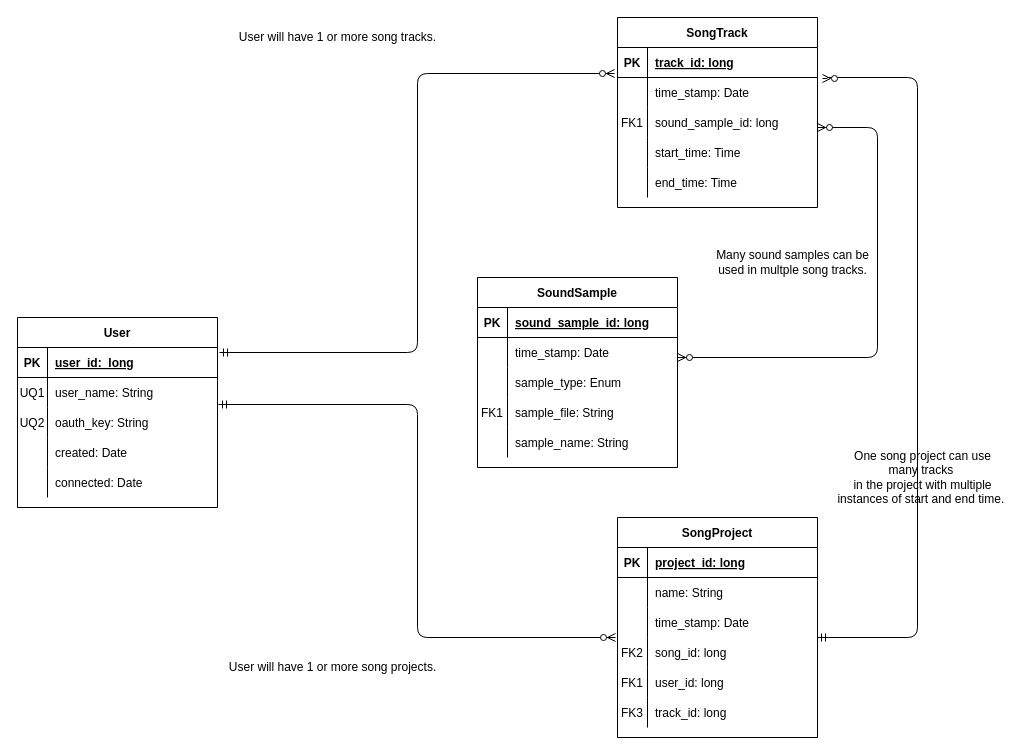
Earlier version of the draw.io diagram docs/work/erd.drawio (sound-doodle/sound-doodle.github.io). Source tidied: cells renumbered, new cells numbered last; positions are measured from the earlier drawing's top-left corner, leaving out a move shared by most shapes. Both pictures are drawn from the tidied source at 100%, with x=0, y=0 at pixel (17, 17).
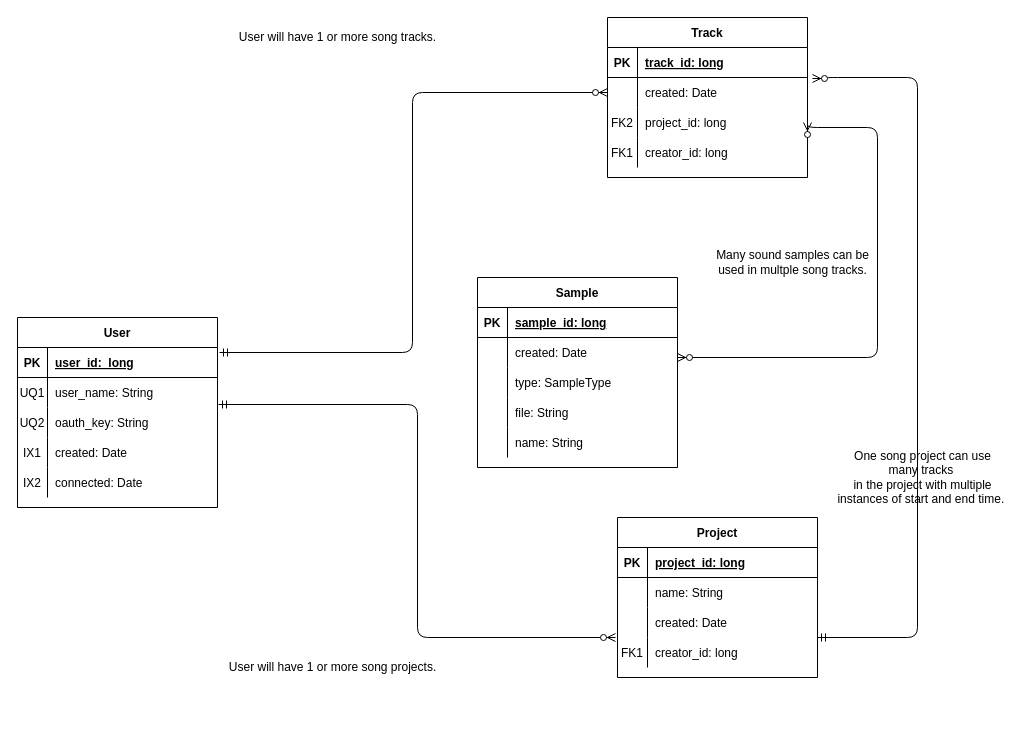
The same page after the edit.

The change refers to these unchanged cells:
```xml
<mxCell id="3" style="shape=partialRectangle;fillColor=none;top=0;left=0;right=0;bottom=1;" parent="2" vertex="1">
  <mxGeometry y="30" width="200" height="30" as="geometry" />
</mxCell>
<mxCell id="6" style="shape=partialRectangle;fillColor=none;top=0;left=0;right=0;bottom=0;" parent="2" vertex="1">
  <mxGeometry y="60" width="200" height="30" as="geometry" />
</mxCell>
<mxCell id="9" style="shape=partialRectangle;fillColor=none;top=0;left=0;right=0;bottom=0;" parent="2" vertex="1">
  <mxGeometry y="90" width="200" height="30" as="geometry" />
</mxCell>
<mxCell id="12" style="shape=partialRectangle;fillColor=none;top=0;left=0;right=0;bottom=0;" parent="2" vertex="1">
  <mxGeometry y="120" width="200" height="30" as="geometry" />
</mxCell>
<mxCell id="15" style="shape=partialRectangle;fillColor=none;top=0;left=0;right=0;bottom=0;" parent="2" vertex="1">
  <mxGeometry y="150" width="200" height="30" as="geometry" />
</mxCell>
<mxCell id="22" style="shape=partialRectangle;fillColor=none;points=[[0,0.5],[1,0.5]];portConstraint=eastwest;top=0;left=0;right=0;bottom=0;" parent="18" vertex="1">
  <mxGeometry y="60" width="200" height="30" as="geometry" />
</mxCell>
<mxCell id="25" style="shape=partialRectangle;fillColor=none;points=[[0,0.5],[1,0.5]];portConstraint=eastwest;top=0;left=0;right=0;bottom=0;" parent="18" vertex="1">
  <mxGeometry y="90" width="200" height="30" as="geometry" />
</mxCell>
<mxCell id="35" style="shape=partialRectangle;fillColor=none;points=[[0,0.5],[1,0.5]];portConstraint=eastwest;top=0;left=0;right=0;bottom=1;" parent="34" vertex="1">
  <mxGeometry y="30" width="200" height="30" as="geometry" />
</mxCell>
<mxCell id="41" style="shape=partialRectangle;fillColor=none;points=[[0,0.5],[1,0.5]];portConstraint=eastwest;top=0;left=0;right=0;bottom=0;" parent="34" vertex="1">
  <mxGeometry y="90" width="200" height="30" as="geometry" />
</mxCell>
<mxCell id="44" style="shape=partialRectangle;fillColor=none;top=0;left=0;right=0;bottom=0;" parent="34" vertex="1">
  <mxGeometry y="120" width="200" height="30" as="geometry" />
</mxCell>
<mxCell id="47" style="shape=partialRectangle;fillColor=none;top=0;left=0;right=0;bottom=0;" parent="34" vertex="1">
  <mxGeometry y="150" width="200" height="30" as="geometry" />
</mxCell>
<mxCell id="57" style="shape=partialRectangle;fillColor=none;top=0;left=0;bottom=0;right=0;points=[[0,0.5],[1,0.5]];portConstraint=eastwest;" parent="50" vertex="1">
  <mxGeometry y="90" width="200" height="30" as="geometry" />
</mxCell>
```

Change to the diagram source:
```diff
@@
-    <mxCell id="2" value="SoundSample" style="shape=table;startSize=30;childLayout=tableLayout;rowLines=0;fontStyle=1;align=center;" parent="1" vertex="1">
+    <mxCell id="2" value="Sample" style="shape=table;startSize=30;childLayout=tableLayout;rowLines=0;fontStyle=1;align=center;" parent="1" vertex="1">
       <mxGeometry x="460" y="260" width="200" height="190" as="geometry" />
     </mxCell>
@@
-    <mxCell id="5" value="sound_sample_id: long" style="shape=partialRectangle;overflow=hidden;fillColor=none;top=0;left=0;bottom=0;right=0;align=left;spacingLeft=6;fontStyle=5;" parent="3" vertex="1">
+    <mxCell id="5" value="sample_id: long" style="shape=partialRectangle;overflow=hidden;fillColor=none;top=0;left=0;bottom=0;right=0;align=left;spacingLeft=6;fontStyle=5;" parent="3" vertex="1">
       <mxGeometry x="30" width="170" height="30" as="geometry" />
     </mxCell>
@@
-    <mxCell id="8" value="time_stamp: Date" style="shape=partialRectangle;overflow=hidden;fillColor=none;top=0;left=0;bottom=0;right=0;align=left;spacingLeft=6;" parent="6" vertex="1">
+    <mxCell id="8" value="created: Date" style="shape=partialRectangle;overflow=hidden;fillColor=none;top=0;left=0;bottom=0;right=0;align=left;spacingLeft=6;" parent="6" vertex="1">
       <mxGeometry x="30" width="170" height="30" as="geometry" />
     </mxCell>
@@
-    <mxCell id="11" value="sample_type: Enum" style="shape=partialRectangle;overflow=hidden;fillColor=none;top=0;left=0;bottom=0;right=0;align=left;spacingLeft=6;" parent="9" vertex="1">
+    <mxCell id="11" value="type: SampleType" style="shape=partialRectangle;overflow=hidden;fillColor=none;top=0;left=0;bottom=0;right=0;align=left;spacingLeft=6;" parent="9" vertex="1">
       <mxGeometry x="30" width="170" height="30" as="geometry" />
     </mxCell>
@@
-    <mxCell id="13" value="FK1" style="shape=partialRectangle;overflow=hidden;fillColor=none;top=0;left=0;bottom=0;right=0;" parent="12" vertex="1">
+    <mxCell id="13" style="shape=partialRectangle;overflow=hidden;fillColor=none;top=0;left=0;bottom=0;right=0;" parent="12" vertex="1">
       <mxGeometry width="30" height="30" as="geometry" />
     </mxCell>
-    <mxCell id="14" value="sample_file: String" style="shape=partialRectangle;overflow=hidden;fillColor=none;top=0;left=0;bottom=0;right=0;align=left;spacingLeft=6;" parent="12" vertex="1">
+    <mxCell id="14" value="file: String" style="shape=partialRectangle;overflow=hidden;fillColor=none;top=0;left=0;bottom=0;right=0;align=left;spacingLeft=6;" parent="12" vertex="1">
       <mxGeometry x="30" width="170" height="30" as="geometry" />
     </mxCell>
@@
-    <mxCell id="17" value="sample_name: String" style="shape=partialRectangle;overflow=hidden;fillColor=none;top=0;left=0;bottom=0;right=0;align=left;spacingLeft=6;" parent="15" vertex="1">
+    <mxCell id="17" value="name: String" style="shape=partialRectangle;overflow=hidden;fillColor=none;top=0;left=0;bottom=0;right=0;align=left;spacingLeft=6;" parent="15" vertex="1">
       <mxGeometry x="30" width="170" height="30" as="geometry" />
     </mxCell>
-    <mxCell id="18" value="SongTrack" style="shape=table;startSize=30;childLayout=tableLayout;rowLines=0;fontStyle=1;align=center;" parent="1" vertex="1">
-      <mxGeometry x="600" width="200" height="190" as="geometry" />
+    <mxCell id="18" value="Track" style="shape=table;startSize=30;childLayout=tableLayout;rowLines=0;fontStyle=1;align=center;" parent="1" vertex="1">
+      <mxGeometry x="590" width="200" height="160" as="geometry" />
     </mxCell>
@@
-    <mxCell id="24" value="time_stamp: Date" style="shape=partialRectangle;overflow=hidden;fillColor=none;top=0;left=0;bottom=0;right=0;align=left;spacingLeft=6;" parent="22" vertex="1">
+    <mxCell id="24" value="created: Date" style="shape=partialRectangle;overflow=hidden;fillColor=none;top=0;left=0;bottom=0;right=0;align=left;spacingLeft=6;" parent="22" vertex="1">
       <mxGeometry x="30" width="170" height="30" as="geometry" />
     </mxCell>
@@
+    <mxCell id="61" value="FK2" style="shape=partialRectangle;overflow=hidden;fillColor=none;top=0;left=0;bottom=0;right=0;" parent="25" vertex="1">
+      <mxGeometry width="30" height="30" as="geometry" />
+    </mxCell>
+    <mxCell id="77" value="project_id: long" style="shape=partialRectangle;overflow=hidden;fillColor=none;top=0;left=0;bottom=0;right=0;align=left;spacingLeft=6;" parent="25" vertex="1">
+      <mxGeometry x="30" width="170" height="30" as="geometry" />
+    </mxCell>
+    <mxCell id="28" style="shape=partialRectangle;fillColor=none;top=0;left=0;right=0;bottom=0;" parent="18" vertex="1">
+      <mxGeometry y="120" width="200" height="30" as="geometry" />
+    </mxCell>
-    <mxCell id="26" value="FK1" style="shape=partialRectangle;overflow=hidden;fillColor=none;top=0;left=0;bottom=0;right=0;" parent="25" vertex="1">
+    <mxCell id="26" value="FK1" style="shape=partialRectangle;overflow=hidden;fillColor=none;top=0;left=0;bottom=0;right=0;" parent="28" vertex="1">
       <mxGeometry width="30" height="30" as="geometry" />
     </mxCell>
-    <mxCell id="27" value="sound_sample_id: long" style="shape=partialRectangle;overflow=hidden;fillColor=none;top=0;left=0;bottom=0;right=0;align=left;spacingLeft=6;" parent="25" vertex="1">
-      <mxGeometry x="30" width="170" height="30" as="geometry" />
-    </mxCell>
-    <mxCell id="28" style="shape=partialRectangle;fillColor=none;top=0;left=0;right=0;bottom=0;" parent="18" vertex="1">
-      <mxGeometry y="120" width="200" height="30" as="geometry" />
-    </mxCell>
-    <mxCell id="29" style="shape=partialRectangle;overflow=hidden;fillColor=none;top=0;left=0;bottom=0;right=0;" parent="28" vertex="1">
-      <mxGeometry width="30" height="30" as="geometry" />
-    </mxCell>
-    <mxCell id="30" value="start_time: Time" style="shape=partialRectangle;overflow=hidden;fillColor=none;top=0;left=0;bottom=0;right=0;align=left;spacingLeft=6;" parent="28" vertex="1">
-      <mxGeometry x="30" width="170" height="30" as="geometry" />
-    </mxCell>
-    <mxCell id="31" style="shape=partialRectangle;fillColor=none;top=0;left=0;right=0;bottom=0;" parent="18" vertex="1">
-      <mxGeometry y="150" width="200" height="30" as="geometry" />
-    </mxCell>
-    <mxCell id="32" style="shape=partialRectangle;overflow=hidden;fillColor=none;top=0;left=0;bottom=0;right=0;" parent="31" vertex="1">
-      <mxGeometry width="30" height="30" as="geometry" />
-    </mxCell>
-    <mxCell id="33" value="end_time: Time" style="shape=partialRectangle;overflow=hidden;fillColor=none;top=0;left=0;bottom=0;right=0;align=left;spacingLeft=6;" parent="31" vertex="1">
-      <mxGeometry x="30" width="170" height="30" as="geometry" />
-    </mxCell>
+    <mxCell id="78" value="creator_id: long" style="shape=partialRectangle;overflow=hidden;fillColor=none;top=0;left=0;bottom=0;right=0;align=left;spacingLeft=6;" parent="28" vertex="1">
+      <mxGeometry x="30" width="170" height="30" as="geometry" />
+    </mxCell>
@@
-    <mxCell id="45" style="shape=partialRectangle;overflow=hidden;fillColor=none;top=0;left=0;bottom=0;right=0;" parent="44" vertex="1">
+    <mxCell id="45" value="IX1" style="shape=partialRectangle;overflow=hidden;fillColor=none;top=0;left=0;bottom=0;right=0;" parent="44" vertex="1">
       <mxGeometry width="30" height="30" as="geometry" />
     </mxCell>
@@
-    <mxCell id="48" style="shape=partialRectangle;overflow=hidden;fillColor=none;top=0;left=0;bottom=0;right=0;" parent="47" vertex="1">
+    <mxCell id="48" value="IX2" style="shape=partialRectangle;overflow=hidden;fillColor=none;top=0;left=0;bottom=0;right=0;" parent="47" vertex="1">
       <mxGeometry width="30" height="30" as="geometry" />
     </mxCell>
@@
-    <mxCell id="50" value="SongProject" style="shape=table;startSize=30;childLayout=tableLayout;rowLines=0;fontStyle=1;align=center;" parent="1" vertex="1">
-      <mxGeometry x="600" y="500" width="200" height="220" as="geometry" />
+    <mxCell id="50" value="Project" style="shape=table;startSize=30;childLayout=tableLayout;rowLines=0;fontStyle=1;align=center;" parent="1" vertex="1">
+      <mxGeometry x="600" y="500" width="200" height="160" as="geometry" />
     </mxCell>
@@
-    <mxCell id="59" value="time_stamp: Date" style="shape=partialRectangle;fillColor=none;top=0;left=0;bottom=0;right=0;align=left;spacingLeft=6;overflow=hidden;" parent="57" vertex="1">
+    <mxCell id="59" value="created: Date" style="shape=partialRectangle;fillColor=none;top=0;left=0;bottom=0;right=0;align=left;spacingLeft=6;overflow=hidden;" parent="57" vertex="1">
       <mxGeometry x="30" width="170" height="30" as="geometry" />
     </mxCell>
-    <mxCell id="60" style="shape=partialRectangle;fillColor=none;top=0;left=0;bottom=0;right=0;points=[[0,0.5],[1,0.5]];portConstraint=eastwest;" parent="50" vertex="1">
-      <mxGeometry y="120" width="200" height="30" as="geometry" />
-    </mxCell>
-    <mxCell id="61" value="FK2" style="shape=partialRectangle;fillColor=none;top=0;left=0;bottom=0;right=0;overflow=hidden;" parent="60" vertex="1">
-      <mxGeometry width="30" height="30" as="geometry" />
-    </mxCell>
-    <mxCell id="62" value="song_id: long" style="shape=partialRectangle;fillColor=none;top=0;left=0;bottom=0;right=0;align=left;spacingLeft=6;overflow=hidden;" parent="60" vertex="1">
-      <mxGeometry x="30" width="170" height="30" as="geometry" />
-    </mxCell>
     <mxCell id="63" style="shape=partialRectangle;fillColor=none;top=0;left=0;bottom=0;right=0;" parent="50" vertex="1">
-      <mxGeometry y="150" width="200" height="30" as="geometry" />
+      <mxGeometry y="120" width="200" height="30" as="geometry" />
     </mxCell>
@@
-    <mxCell id="65" value="user_id: long" style="shape=partialRectangle;fillColor=none;top=0;left=0;bottom=0;right=0;align=left;spacingLeft=6;overflow=hidden;" parent="63" vertex="1">
+    <mxCell id="65" value="creator_id: long" style="shape=partialRectangle;fillColor=none;top=0;left=0;bottom=0;right=0;align=left;spacingLeft=6;overflow=hidden;" parent="63" vertex="1">
       <mxGeometry x="30" width="170" height="30" as="geometry" />
     </mxCell>
-    <mxCell id="66" style="shape=partialRectangle;fillColor=none;top=0;left=0;bottom=0;right=0;" parent="50" vertex="1">
-      <mxGeometry y="180" width="200" height="30" as="geometry" />
-    </mxCell>
-    <mxCell id="67" value="FK3" style="shape=partialRectangle;fillColor=none;top=0;left=0;bottom=0;right=0;overflow=hidden;" parent="66" vertex="1">
-      <mxGeometry width="30" height="30" as="geometry" />
-    </mxCell>
-    <mxCell id="68" value="track_id: long" style="shape=partialRectangle;fillColor=none;top=0;left=0;bottom=0;right=0;align=left;spacingLeft=6;overflow=hidden;" parent="66" vertex="1">
-      <mxGeometry x="30" width="170" height="30" as="geometry" />
-    </mxCell>
-    <mxCell id="69" style="fontSize=12;html=1;endArrow=ERzeroToMany;startArrow=ERmandOne;endFill=1;exitX=1.005;exitY=-0.1;exitDx=0;exitDy=0;exitPerimeter=0;edgeStyle=orthogonalEdgeStyle;entryX=-0.01;entryY=0;entryDx=0;entryDy=0;entryPerimeter=0;" parent="1" edge="1" source="41" target="60">
+    <mxCell id="69" style="fontSize=12;html=1;endArrow=ERzeroToMany;startArrow=ERmandOne;endFill=1;exitX=1.005;exitY=-0.1;exitDx=0;exitDy=0;exitPerimeter=0;edgeStyle=orthogonalEdgeStyle;entryX=-0.01;entryY=0;entryDx=0;entryDy=0;entryPerimeter=0;" parent="1" edge="1" source="41">
       <mxGeometry relative="1" as="geometry">
+        <mxPoint x="598" y="620" as="targetPoint" />
         <Array as="points">
           <mxPoint x="400" y="387" />
           <mxPoint x="400" y="620" />
         </Array>
       </mxGeometry>
     </mxCell>
-    <mxCell id="70" style="fontSize=12;html=1;endArrow=ERzeroToMany;startArrow=ERzeroToMany;edgeStyle=orthogonalEdgeStyle;endFill=1;startFill=1;" parent="1" edge="1">
+    <mxCell id="70" style="fontSize=12;html=1;endArrow=ERzeroToMany;startArrow=ERzeroToMany;edgeStyle=orthogonalEdgeStyle;endFill=1;startFill=1;exitX=1;exitY=0.5;exitDx=0;exitDy=0;" parent="1" edge="1" source="25">
       <mxGeometry relative="1" as="geometry">
-        <mxPoint x="800" y="110" as="sourcePoint" />
         <mxPoint x="660" y="340" as="targetPoint" />
         <Array as="points">
+          <mxPoint x="790" y="110" />
           <mxPoint x="860" y="110" />
           <mxPoint x="860" y="340" />
         </Array>
       </mxGeometry>
     </mxCell>
-    <mxCell id="71" style="fontSize=12;html=1;endArrow=ERmandOne;startArrow=ERzeroToMany;exitX=-0.015;exitY=-0.133;exitDx=0;exitDy=0;exitPerimeter=0;startFill=1;entryX=1.01;entryY=0.167;entryDx=0;entryDy=0;entryPerimeter=0;edgeStyle=orthogonalEdgeStyle;endFill=0;" parent="1" edge="1" source="22" target="35">
+    <mxCell id="71" style="fontSize=12;html=1;endArrow=ERmandOne;startArrow=ERzeroToMany;exitX=0;exitY=0.5;exitDx=0;exitDy=0;startFill=1;entryX=1.01;entryY=0.167;entryDx=0;entryDy=0;entryPerimeter=0;edgeStyle=orthogonalEdgeStyle;endFill=0;" parent="1" edge="1" source="22" target="35">
       <mxGeometry relative="1" as="geometry" />
     </mxCell>
```
